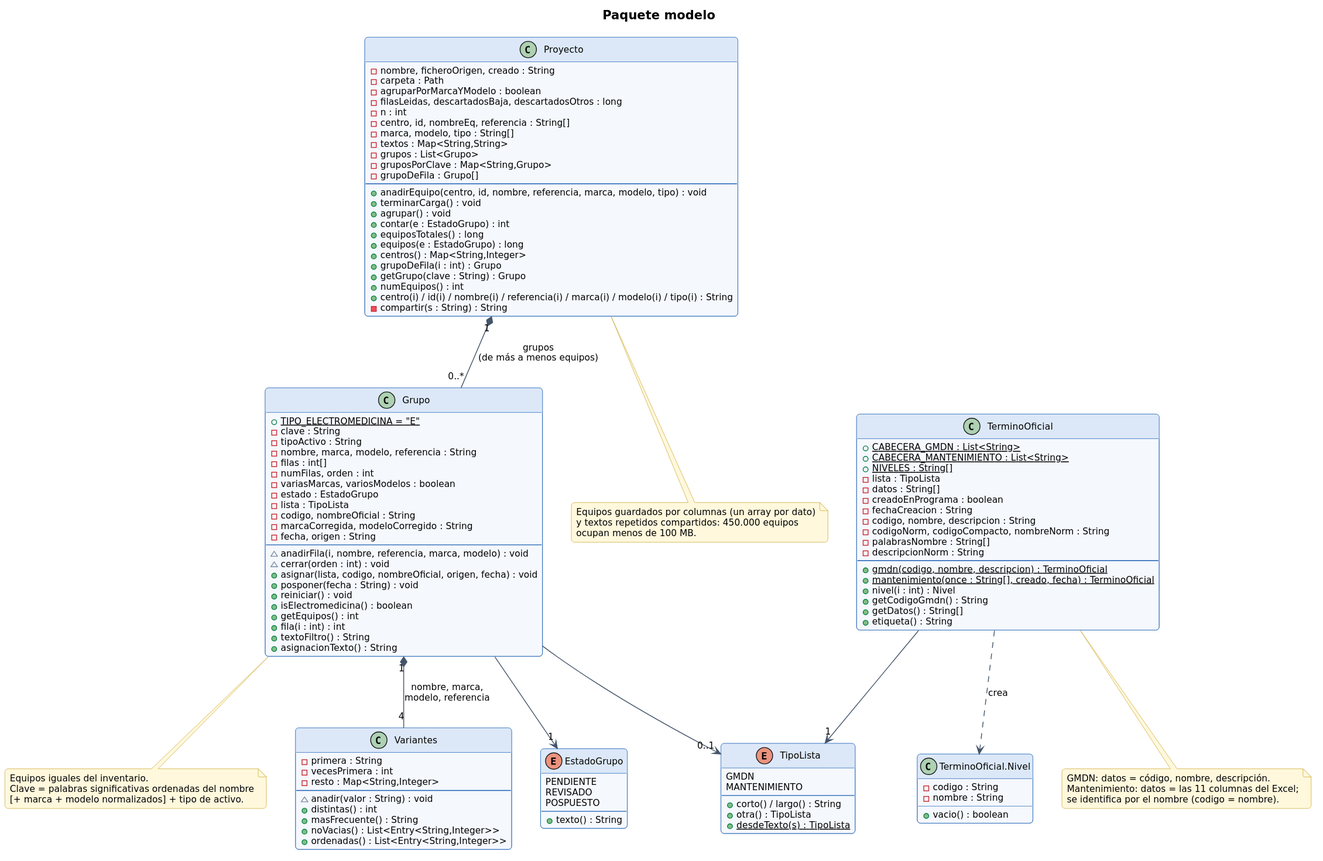
The PlantUML diagram documentacion/diagramas-uml/d04_clases_modelo.svg in JuanAnanin/catalogador-inventario, before a commit. The source it was exported from:
```plantuml
@startuml
!include estilo.iuml
title Paquete modelo
class Proyecto {
  - nombre, ficheroOrigen, creado : String
  - carpeta : Path
  - agruparPorMarcaYModelo : boolean
  - filasLeidas, descartadosBaja, descartadosOtros : long
  - n : int
  - centro, id, nombreEq, referencia : String[]
  - marca, modelo, tipo : String[]
  - textos : Map<String,String>
  - grupos : List<Grupo>
  - gruposPorClave : Map<String,Grupo>
  - grupoDeFila : Grupo[]
  --
  + anadirEquipo(centro, id, nombre, referencia, marca, modelo, tipo) : void
  + terminarCarga() : void
  + agrupar() : void
  + contar(e : EstadoGrupo) : int
  + equiposTotales() : long
  + equipos(e : EstadoGrupo) : long
  + centros() : Map<String,Integer>
  + grupoDeFila(i : int) : Grupo
  + getGrupo(clave : String) : Grupo
  + numEquipos() : int
  + centro(i) / id(i) / nombre(i) / referencia(i) / marca(i) / modelo(i) / tipo(i) : String
  - compartir(s : String) : String
}
class Grupo {
  + {static} TIPO_ELECTROMEDICINA = "E"
  - clave : String
  - tipoActivo : String
  - nombre, marca, modelo, referencia : String
  - filas : int[]
  - numFilas, orden : int
  - variasMarcas, variosModelos : boolean
  - estado : EstadoGrupo
  - lista : TipoLista
  - codigo, nombreOficial : String
  - marcaCorregida, modeloCorregido : String
  - fecha, origen : String
  --
  ~ anadirFila(i, nombre, referencia, marca, modelo) : void
  ~ cerrar(orden : int) : void
  + asignar(lista, codigo, nombreOficial, origen, fecha) : void
  + posponer(fecha : String) : void
  + reiniciar() : void
  + isElectromedicina() : boolean
  + getEquipos() : int
  + fila(i : int) : int
  + textoFiltro() : String
  + asignacionTexto() : String
}
class Variantes {
  - primera : String
  - vecesPrimera : int
  - resto : Map<String,Integer>
  --
  ~ anadir(valor : String) : void
  + distintas() : int
  + masFrecuente() : String
  + noVacias() : List<Entry<String,Integer>>
  + ordenadas() : List<Entry<String,Integer>>
}
class TerminoOficial {
  + {static} CABECERA_GMDN : List<String>
  + {static} CABECERA_MANTENIMIENTO : List<String>
  + {static} NIVELES : String[]
  - lista : TipoLista
  - datos : String[]
  - creadoEnPrograma : boolean
  - fechaCreacion : String
  - codigo, nombre, descripcion : String
  - codigoNorm, codigoCompacto, nombreNorm : String
  - palabrasNombre : String[]
  - descripcionNorm : String
  --
  + {static} gmdn(codigo, nombre, descripcion) : TerminoOficial
  + {static} mantenimiento(once : String[], creado, fecha) : TerminoOficial
  + nivel(i : int) : Nivel
  + getCodigoGmdn() : String
  + getDatos() : String[]
  + etiqueta() : String
}
class "TerminoOficial.Nivel" as Nivel {
  - codigo : String
  - nombre : String
  + vacio() : boolean
}
enum TipoLista {
  GMDN
  MANTENIMIENTO
  --
  + corto() / largo() : String
  + otra() : TipoLista
  + {static} desdeTexto(s) : TipoLista
}
enum EstadoGrupo {
  PENDIENTE
  REVISADO
  POSPUESTO
  --
  + texto() : String
}
Proyecto "1" *-- "0..*" Grupo : grupos\n(de más a menos equipos)
Grupo "1" *-- "4" Variantes : nombre, marca,\nmodelo, referencia
Grupo --> "1" EstadoGrupo
Grupo --> "0..1" TipoLista
TerminoOficial --> "1" TipoLista
TerminoOficial ..> Nivel : crea
note bottom of Proyecto
  Equipos guardados por columnas (un array por dato)
  y textos repetidos compartidos: 450.000 equipos
  ocupan menos de 100 MB.
end note
note bottom of Grupo
  Equipos iguales del inventario.
  Clave = palabras significativas ordenadas del nombre
  [+ marca + modelo normalizados] + tipo de activo.
end note
note bottom of TerminoOficial
  GMDN: datos = código, nombre, descripción.
  Mantenimiento: datos = las 11 columnas del Excel;
  se identifica por el nombre (codigo = nombre).
end note
@enduml
```
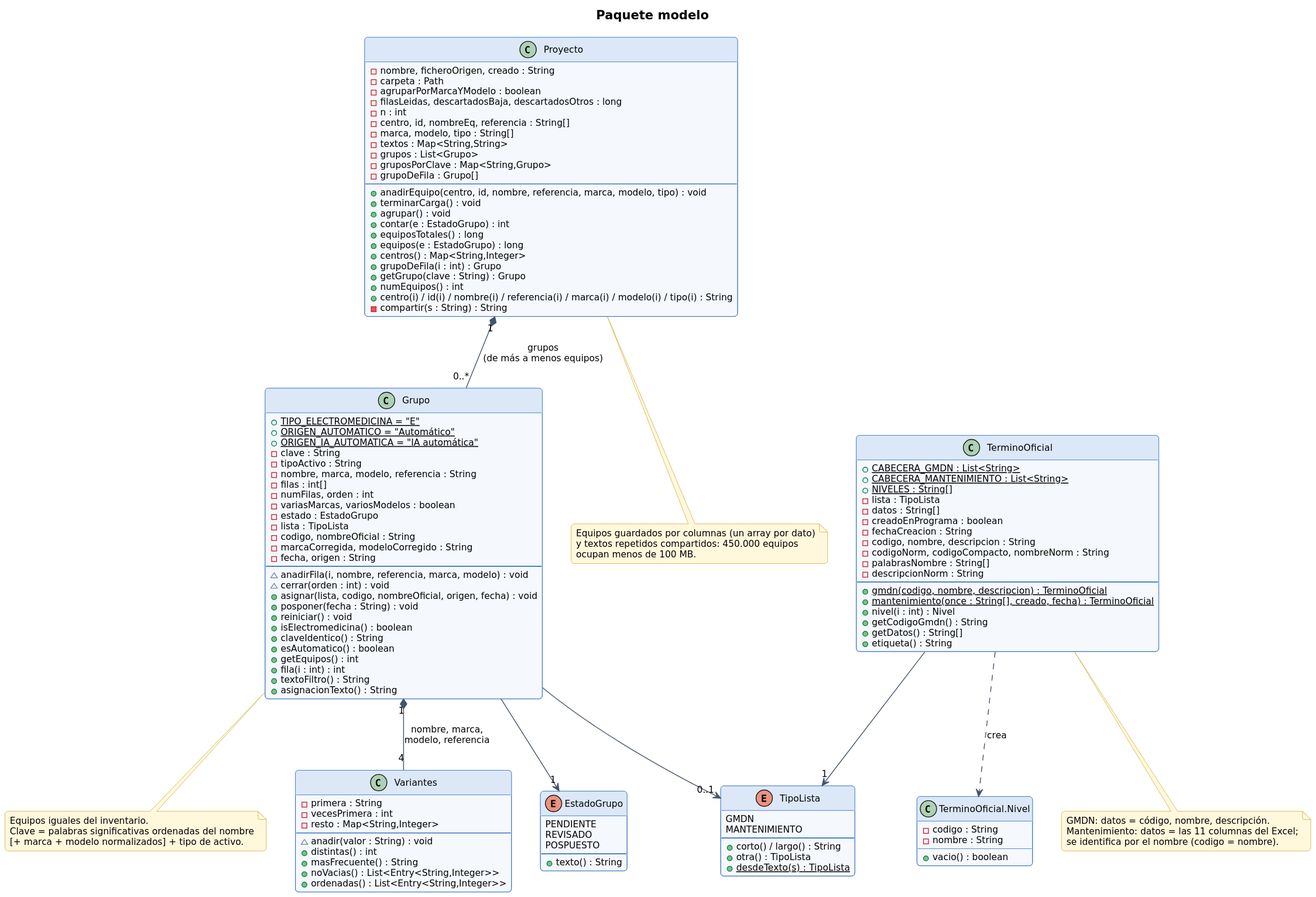
Later version of the same file.

Diff of the diagram source:
```diff
@@ -29,6 +29,8 @@
 }
 class Grupo {
   + {static} TIPO_ELECTROMEDICINA = "E"
+  + {static} ORIGEN_AUTOMATICO = "Automático"
+  + {static} ORIGEN_IA_AUTOMATICA = "IA automática"
   - clave : String
   - tipoActivo : String
   - nombre, marca, modelo, referencia : String
@@ -47,6 +49,8 @@
   + posponer(fecha : String) : void
   + reiniciar() : void
   + isElectromedicina() : boolean
+  + claveIdentico() : String
+  + esAutomatico() : boolean
   + getEquipos() : int
   + fila(i : int) : int
   + textoFiltro() : String
```
